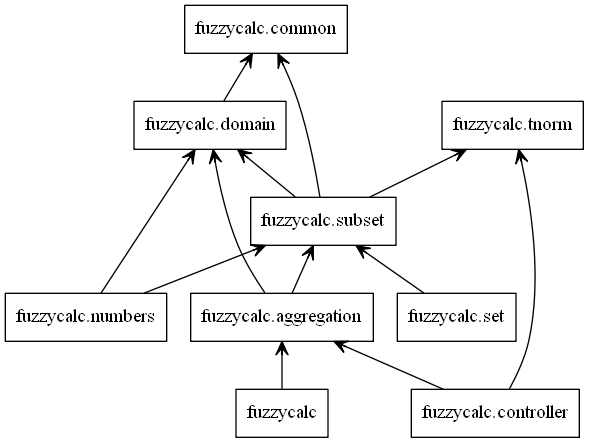
koroteevmv/FuzzyCalcPy keeps this Graphviz diagram as packages_No_Name.png. Above is the earlier version. Its source is kept beside it as packages_No_Name.dot. Its diagram source:
```dot
digraph "packages_No_Name" {
charset="utf-8"
rankdir=BT
"0" [label="fuzzycalc", shape="box"];
"1" [label="fuzzycalc.aggregation", shape="box"];
"2" [label="fuzzycalc.common", shape="box"];
"3" [label="fuzzycalc.controller", shape="box"];
"4" [label="fuzzycalc.domain", shape="box"];
"5" [label="fuzzycalc.numbers", shape="box"];
"6" [label="fuzzycalc.set", shape="box"];
"7" [label="fuzzycalc.subset", shape="box"];
"8" [label="fuzzycalc.tnorm", shape="box"];
"0" -> "1" [arrowhead="open", arrowtail="none"];
"1" -> "4" [arrowhead="open", arrowtail="none"];
"1" -> "7" [arrowhead="open", arrowtail="none"];
"3" -> "1" [arrowhead="open", arrowtail="none"];
"3" -> "8" [arrowhead="open", arrowtail="none"];
"4" -> "2" [arrowhead="open", arrowtail="none"];
"5" -> "4" [arrowhead="open", arrowtail="none"];
"5" -> "7" [arrowhead="open", arrowtail="none"];
"6" -> "7" [arrowhead="open", arrowtail="none"];
"7" -> "2" [arrowhead="open", arrowtail="none"];
"7" -> "4" [arrowhead="open", arrowtail="none"];
"7" -> "8" [arrowhead="open", arrowtail="none"];
}
```
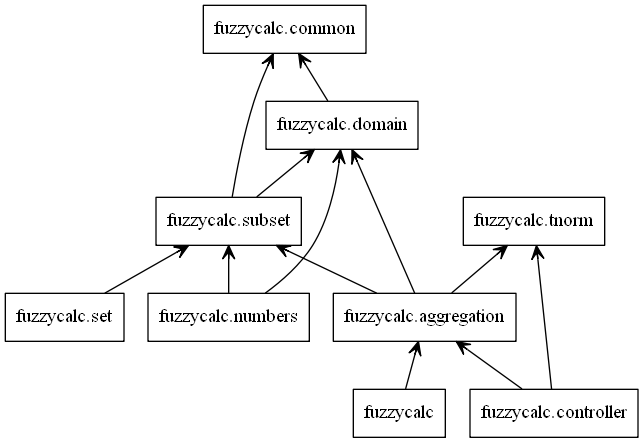
The same diagram one commit later.

What changed in the source:
```diff
@@ -13,6 +13,7 @@
 "0" -> "1" [arrowhead="open", arrowtail="none"];
 "1" -> "4" [arrowhead="open", arrowtail="none"];
 "1" -> "7" [arrowhead="open", arrowtail="none"];
+"1" -> "8" [arrowhead="open", arrowtail="none"];
 "3" -> "1" [arrowhead="open", arrowtail="none"];
 "3" -> "8" [arrowhead="open", arrowtail="none"];
 "4" -> "2" [arrowhead="open", arrowtail="none"];
@@ -21,5 +22,4 @@
 "6" -> "7" [arrowhead="open", arrowtail="none"];
 "7" -> "2" [arrowhead="open", arrowtail="none"];
 "7" -> "4" [arrowhead="open", arrowtail="none"];
-"7" -> "8" [arrowhead="open", arrowtail="none"];
 }
```
